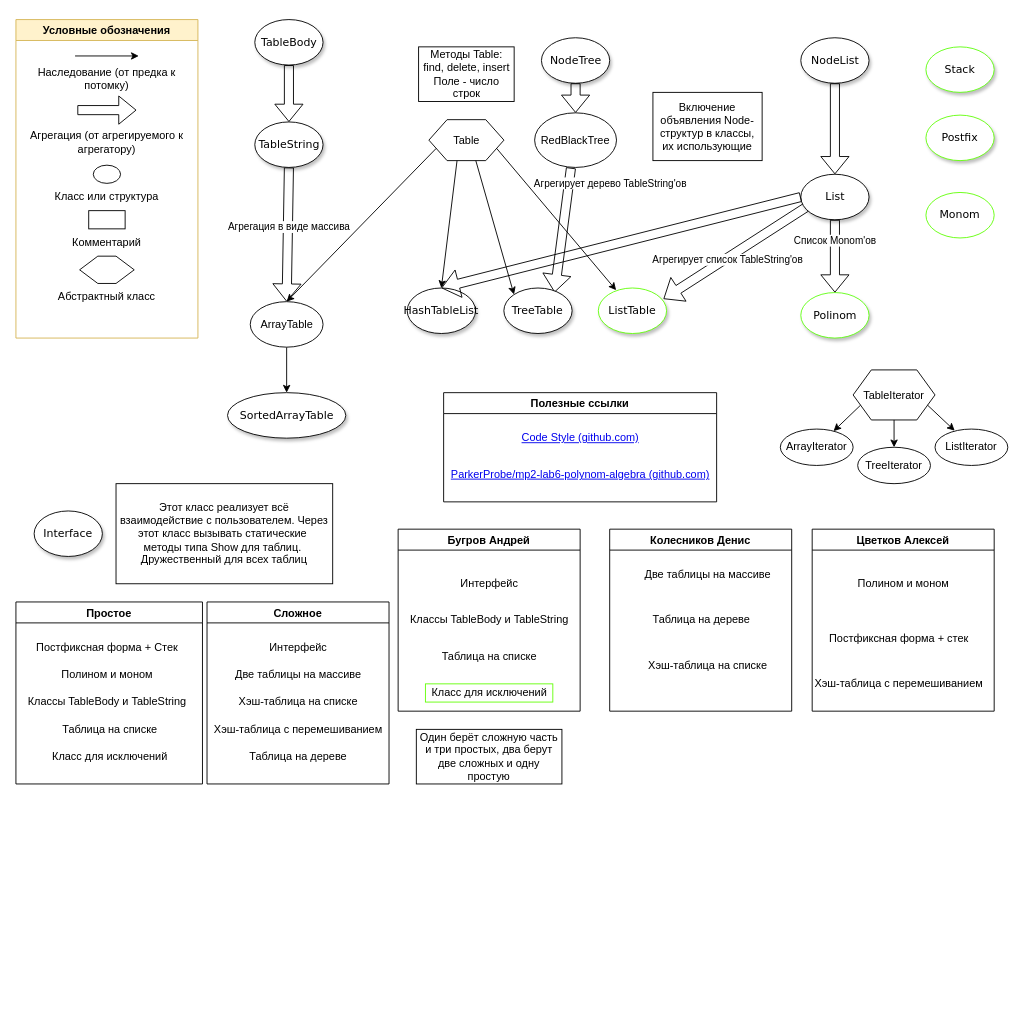
Earlier version of the draw.io diagram Class_Diagram.drawio (ParkerProbe/mp2-lab6-polynom-algebra). Source tidied: cells renumbered, new cells numbered last; positions are measured from the earlier drawing's top-left corner, leaving out a move shared by most shapes. Both pictures are drawn from the tidied source at 91%, with x=0, y=0 at pixel (15, 19).
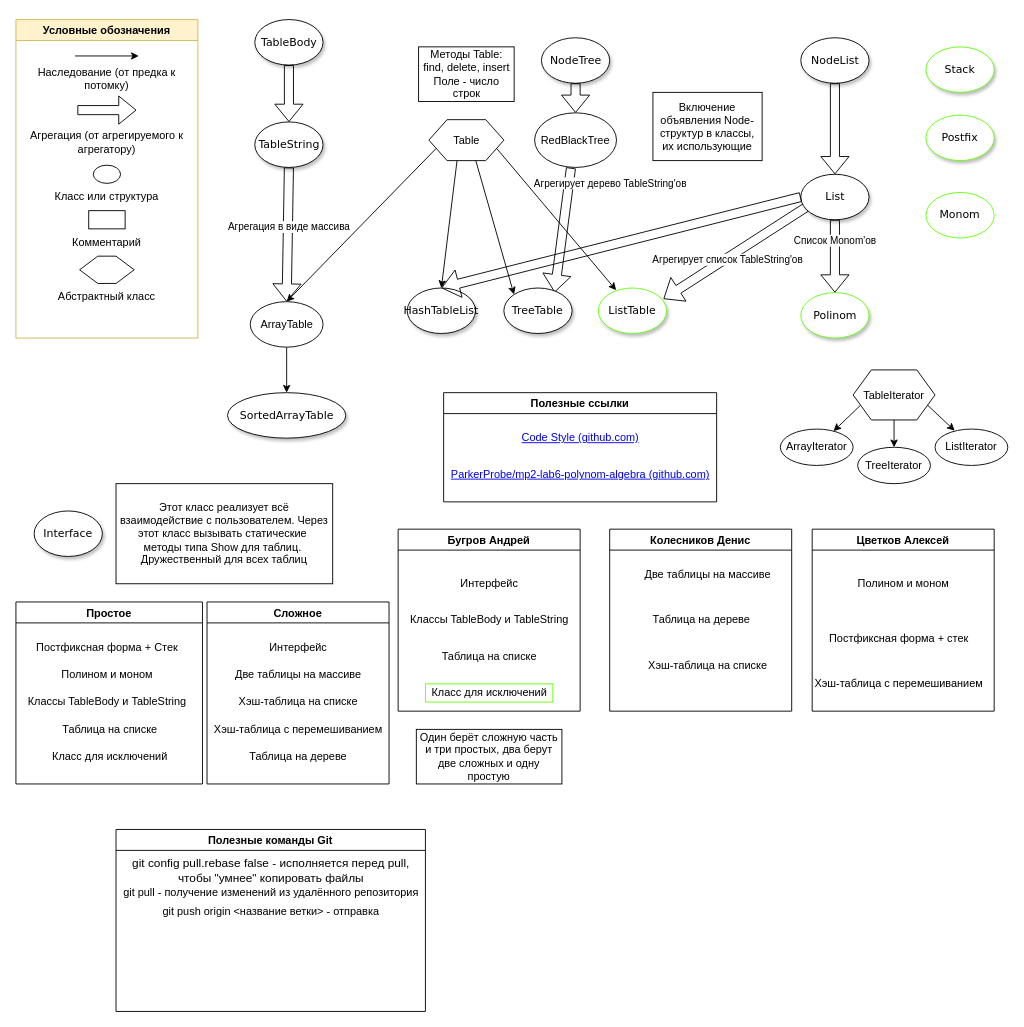
The same page after the edit.

Commit message:
Andrey added Git commands .drawio

The edit, as a diff of the source:
```diff
@@
+    <mxCell id="86" value="Полезные команды Git" style="swimlane;" parent="1" vertex="1">
+      <mxGeometry x="110" y="890" width="340" height="200" as="geometry" />
+    </mxCell>
+    <mxCell id="87" value="git pull - получение изменений из удалённого репозитория" style="text;html=1;align=center;verticalAlign=middle;strokeColor=none;fillColor=none;" parent="86" vertex="1">
+      <mxGeometry y="60" width="340" height="20" as="geometry" />
+    </mxCell>
+    <mxCell id="88" value="&lt;span style=&quot;font-family: , &amp;#34;blinkmacsystemfont&amp;#34; , &amp;#34;roboto&amp;#34; , &amp;#34;helvetica neue&amp;#34; , &amp;#34;geneva&amp;#34; , &amp;#34;noto sans armenian&amp;#34; , &amp;#34;noto sans bengali&amp;#34; , &amp;#34;noto sans cherokee&amp;#34; , &amp;#34;noto sans devanagari&amp;#34; , &amp;#34;noto sans ethiopic&amp;#34; , &amp;#34;noto sans georgian&amp;#34; , &amp;#34;noto sans hebrew&amp;#34; , &amp;#34;noto sans kannada&amp;#34; , &amp;#34;noto sans khmer&amp;#34; , &amp;#34;noto sans lao&amp;#34; , &amp;#34;noto sans osmanya&amp;#34; , &amp;#34;noto sans tamil&amp;#34; , &amp;#34;noto sans telugu&amp;#34; , &amp;#34;noto sans thai&amp;#34; , &amp;#34;arial&amp;#34; , &amp;#34;tahoma&amp;#34; , &amp;#34;verdana&amp;#34; , sans-serif ; font-size: 13px ; text-align: left ; background-color: rgb(255 , 255 , 255)&quot;&gt;git config pull.rebase false - исполняется перед pull, &lt;br&gt;чтобы &quot;умнее&quot; копировать&amp;nbsp;файлы&lt;br&gt;&lt;/span&gt;" style="text;html=1;align=center;verticalAlign=middle;strokeColor=none;fillColor=none;" parent="86" vertex="1">
+      <mxGeometry x="10" y="30" width="320" height="30" as="geometry" />
+    </mxCell>
+    <mxCell id="89" value="git push origin &amp;lt;название ветки&amp;gt; - отправка" style="text;html=1;align=center;verticalAlign=middle;strokeColor=none;fillColor=none;" parent="86" vertex="1">
+      <mxGeometry x="45" y="80" width="250" height="20" as="geometry" />
+    </mxCell>
```
